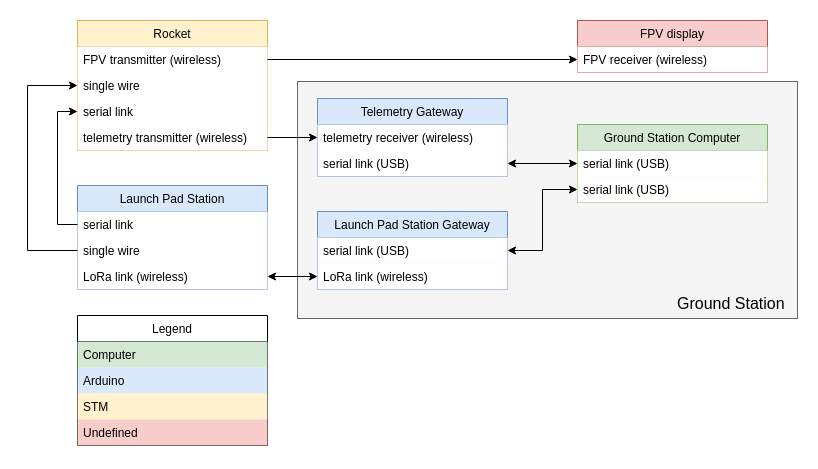
Before: doc/diagrams/data_links.png, a diagram exported from draw.io (aesirkth/ground-control). Source tidied: cells renumbered, new cells last; positions are measured from the earlier drawing's top-left corner, leaving out a move shared by most shapes.
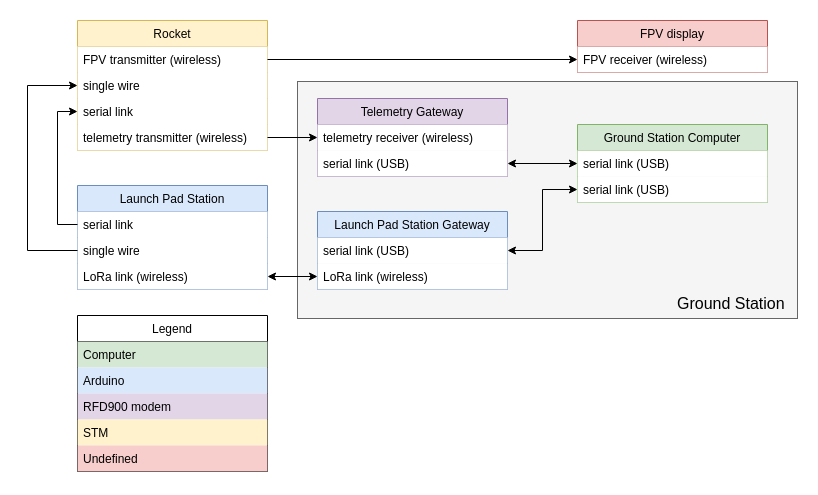
The same file after the commit.

Commit message:
doc: update data links

Change to the diagram source:
```diff
@@ -55,7 +55,7 @@
     <mxCell id="17" value="serial link (USB)" style="text;align=left;verticalAlign=top;spacingLeft=4;spacingRight=4;overflow=hidden;points=[[0,0.5],[1,0.5]];portConstraint=eastwest;fillColor=#ffffff;" parent="15" vertex="1">
       <mxGeometry y="52" width="190" height="26" as="geometry" />
     </mxCell>
-    <mxCell id="18" value="Telemetry Gateway" style="swimlane;fontStyle=0;horizontal=1;startSize=26;fillColor=#dae8fc;strokeColor=#6c8ebf;" parent="1" vertex="1">
+    <mxCell id="18" value="Telemetry Gateway" style="swimlane;fontStyle=0;horizontal=1;startSize=26;fillColor=#e1d5e7;strokeColor=#9673a6;" parent="1" vertex="1">
       <mxGeometry x="290" y="78" width="190" height="78" as="geometry" />
     </mxCell>
     <mxCell id="19" value="telemetry receiver (wireless)" style="text;strokeColor=none;fillColor=#ffffff;align=left;verticalAlign=top;spacingLeft=4;spacingRight=4;overflow=hidden;points=[[0,0.5],[1,0.5]];portConstraint=eastwest;" parent="18" vertex="1">
@@ -92,7 +92,7 @@
       <mxGeometry relative="1" as="geometry" />
     </mxCell>
     <mxCell id="30" value="Legend" style="swimlane;fontStyle=0;horizontal=1;startSize=26;strokeColor=#000000;" parent="1" vertex="1">
-      <mxGeometry x="50" y="295" width="190" height="130" as="geometry" />
+      <mxGeometry x="50" y="295" width="190" height="156" as="geometry" />
     </mxCell>
     <mxCell id="31" value="Computer" style="text;strokeColor=none;fillColor=#d5e8d4;align=left;verticalAlign=top;spacingLeft=4;spacingRight=4;overflow=hidden;" parent="30" vertex="1">
       <mxGeometry y="26" width="190" height="26" as="geometry" />
@@ -100,11 +100,14 @@
     <mxCell id="32" value="Arduino" style="text;strokeColor=none;fillColor=#dae8fc;align=left;verticalAlign=top;spacingLeft=4;spacingRight=4;overflow=hidden;" parent="30" vertex="1">
       <mxGeometry y="52" width="190" height="26" as="geometry" />
     </mxCell>
+    <mxCell id="36" value="RFD900 modem" style="text;strokeColor=none;fillColor=#e1d5e7;align=left;verticalAlign=top;spacingLeft=4;spacingRight=4;overflow=hidden;" parent="30" vertex="1">
+      <mxGeometry y="78" width="190" height="26" as="geometry" />
+    </mxCell>
     <mxCell id="33" value="STM" style="text;strokeColor=none;fillColor=#fff2cc;align=left;verticalAlign=top;spacingLeft=4;spacingRight=4;overflow=hidden;" parent="30" vertex="1">
-      <mxGeometry y="78" width="190" height="26" as="geometry" />
+      <mxGeometry y="104" width="190" height="26" as="geometry" />
     </mxCell>
     <mxCell id="34" value="Undefined" style="text;strokeColor=none;fillColor=#f8cecc;align=left;verticalAlign=top;spacingLeft=4;spacingRight=4;overflow=hidden;" parent="30" vertex="1">
-      <mxGeometry y="104" width="190" height="26" as="geometry" />
+      <mxGeometry y="130" width="190" height="26" as="geometry" />
     </mxCell>
     <mxCell id="35" value="Ground Station" style="text;html=1;align=left;verticalAlign=top;spacingTop=-4;fontSize=16;" parent="1" vertex="1">
       <mxGeometry x="648" y="271" width="90" height="20" as="geometry" />
```
